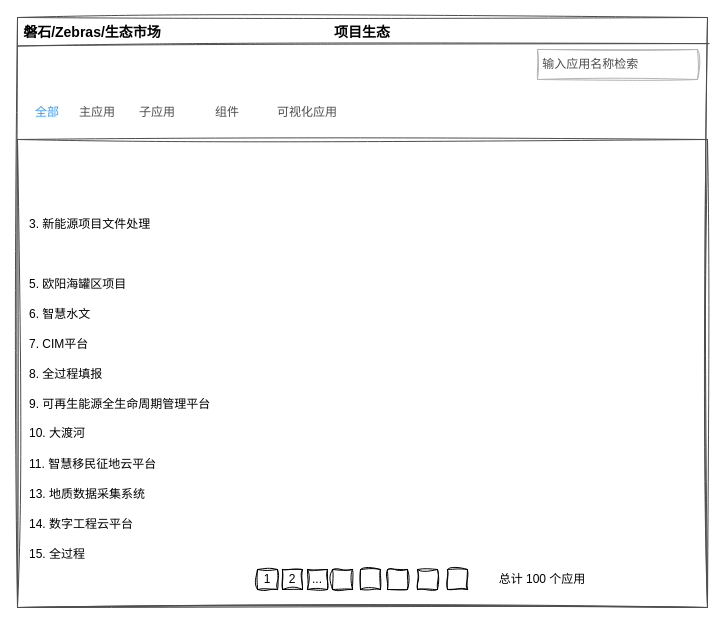
Before: 低代码—生态市场—应用生态.drawio in tangyaosimida/love, a draw.io diagram. Source tidied: cells renumbered, new cells numbered last; positions are measured from the earlier drawing's top-left corner, leaving out a move shared by most shapes. Both pictures are drawn from the tidied source at 100%, with x=0, y=0 at pixel (17, 17).
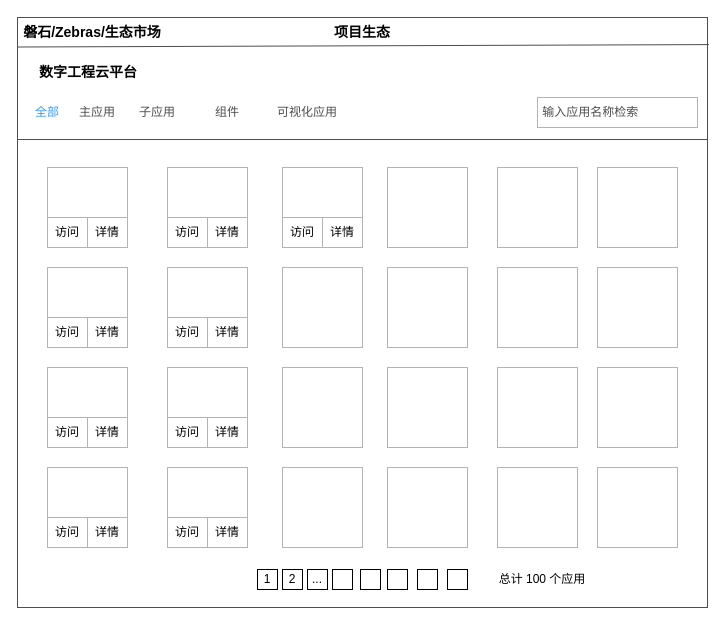
The same page after the edit.

Commit message (it also covers changes not shown here):
更新低代码—生态市场—应用生态.drawio

What changed in the source:
```diff
@@
-    <mxCell id="2" style="rounded=0;whiteSpace=wrap;html=1;fillColor=none;strokeColor=#4D4D4D;sketch=1;curveFitting=1;jiggle=2;shadow=0;" parent="1" vertex="1">
+    <mxCell id="2" style="rounded=0;whiteSpace=wrap;html=1;fillColor=none;strokeColor=#4D4D4D;shadow=0;" parent="1" vertex="1">
       <mxGeometry width="690" height="590" as="geometry" />
     </mxCell>
-    <mxCell id="3" style="rounded=0;whiteSpace=wrap;html=1;fillColor=none;strokeColor=#4D4D4D;sketch=1;curveFitting=1;jiggle=2;shadow=0;" parent="1" vertex="1">
+    <mxCell id="3" style="rounded=0;whiteSpace=wrap;html=1;fillColor=none;strokeColor=#4D4D4D;shadow=0;" parent="1" vertex="1">
       <mxGeometry y="122" width="690" height="468" as="geometry" />
     </mxCell>
-    <mxCell id="4" value="3. 新能源项目文件处理" style="text;html=1;align=left;verticalAlign=middle;whiteSpace=wrap;rounded=0;sketch=1;curveFitting=1;jiggle=2;shadow=0;" parent="1" vertex="1">
-      <mxGeometry x="10" y="192" width="250" height="30" as="geometry" />
-    </mxCell>
-    <mxCell id="5" value="5. 欧阳海罐区项目" style="text;html=1;align=left;verticalAlign=middle;whiteSpace=wrap;rounded=0;sketch=1;curveFitting=1;jiggle=2;shadow=0;" parent="1" vertex="1">
-      <mxGeometry x="10" y="252" width="250" height="30" as="geometry" />
-    </mxCell>
-    <mxCell id="6" value="6. 智慧水文" style="text;html=1;align=left;verticalAlign=middle;whiteSpace=wrap;rounded=0;sketch=1;curveFitting=1;jiggle=2;shadow=0;" parent="1" vertex="1">
-      <mxGeometry x="10" y="282" width="250" height="30" as="geometry" />
-    </mxCell>
-    <mxCell id="7" value="7. CIM平台" style="text;html=1;align=left;verticalAlign=middle;whiteSpace=wrap;rounded=0;sketch=1;curveFitting=1;jiggle=2;shadow=0;" parent="1" vertex="1">
-      <mxGeometry x="10" y="312" width="250" height="30" as="geometry" />
-    </mxCell>
-    <mxCell id="8" value="8. 全过程填报" style="text;html=1;align=left;verticalAlign=middle;whiteSpace=wrap;rounded=0;sketch=1;curveFitting=1;jiggle=2;shadow=0;" parent="1" vertex="1">
-      <mxGeometry x="10" y="342" width="250" height="30" as="geometry" />
-    </mxCell>
-    <mxCell id="9" value="9. 可再生能源全生命周期管理平台" style="text;html=1;align=left;verticalAlign=middle;whiteSpace=wrap;rounded=0;sketch=1;curveFitting=1;jiggle=2;shadow=0;" parent="1" vertex="1">
-      <mxGeometry x="10" y="372" width="250" height="30" as="geometry" />
-    </mxCell>
-    <mxCell id="10" value="10. 大渡河" style="text;html=1;align=left;verticalAlign=middle;whiteSpace=wrap;rounded=0;sketch=1;curveFitting=1;jiggle=2;shadow=0;" parent="1" vertex="1">
-      <mxGeometry x="10" y="402" width="250" height="28" as="geometry" />
-    </mxCell>
-    <mxCell id="11" value="11. 智慧移民征地云平台" style="text;html=1;align=left;verticalAlign=middle;whiteSpace=wrap;rounded=0;sketch=1;curveFitting=1;jiggle=2;shadow=0;" parent="1" vertex="1">
-      <mxGeometry x="10" y="432" width="250" height="30" as="geometry" />
-    </mxCell>
-    <mxCell id="12" value="13. 地质数据采集系统" style="text;html=1;align=left;verticalAlign=middle;whiteSpace=wrap;rounded=0;sketch=1;curveFitting=1;jiggle=2;shadow=0;" parent="1" vertex="1">
-      <mxGeometry x="10" y="462" width="250" height="30" as="geometry" />
-    </mxCell>
-    <mxCell id="13" value="14. 数字工程云平台" style="text;html=1;align=left;verticalAlign=middle;whiteSpace=wrap;rounded=0;sketch=1;curveFitting=1;jiggle=2;shadow=0;" parent="1" vertex="1">
-      <mxGeometry x="10" y="492" width="210" height="30" as="geometry" />
+    <mxCell id="13" value="数字工程云平台" style="text;html=1;align=left;verticalAlign=middle;whiteSpace=wrap;rounded=0;shadow=0;fontSize=14;fontStyle=1;" parent="1" vertex="1">
+      <mxGeometry x="20" y="40" width="210" height="30" as="geometry" />
     </mxCell>
-    <mxCell id="14" value="15. 全过程" style="text;html=1;align=left;verticalAlign=middle;whiteSpace=wrap;rounded=0;sketch=1;curveFitting=1;jiggle=2;shadow=0;" parent="1" vertex="1">
-      <mxGeometry x="10" y="522" width="210" height="30" as="geometry" />
-    </mxCell>
-    <mxCell id="15" value="项目生态" style="text;html=1;align=center;verticalAlign=middle;whiteSpace=wrap;rounded=0;fontSize=14;fontStyle=1;sketch=1;curveFitting=1;jiggle=2;shadow=0;" parent="1" vertex="1">
+    <mxCell id="15" value="项目生态" style="text;html=1;align=center;verticalAlign=middle;whiteSpace=wrap;rounded=0;fontSize=14;fontStyle=1;shadow=0;" parent="1" vertex="1">
       <mxGeometry x="315" width="60" height="30" as="geometry" />
     </mxCell>
-    <mxCell id="16" value="磐石/Zebras/生态市场" style="text;html=1;align=center;verticalAlign=middle;whiteSpace=wrap;rounded=0;fontSize=14;fontStyle=1;sketch=1;curveFitting=1;jiggle=2;shadow=0;" parent="1" vertex="1">
+    <mxCell id="16" value="磐石/Zebras/生态市场" style="text;html=1;align=center;verticalAlign=middle;whiteSpace=wrap;rounded=0;fontSize=14;fontStyle=1;shadow=0;" parent="1" vertex="1">
       <mxGeometry width="150" height="30" as="geometry" />
     </mxCell>
-    <mxCell id="17" value="&lt;font color=&quot;#4d4d4d&quot;&gt;&amp;nbsp;输入应用名称检索&lt;/font&gt;" style="text;html=1;align=left;verticalAlign=middle;whiteSpace=wrap;rounded=0;strokeColor=#B3B3B3;sketch=1;curveFitting=1;jiggle=2;shadow=0;" parent="1" vertex="1">
-      <mxGeometry x="520" y="32" width="160" height="30" as="geometry" />
+    <mxCell id="17" value="&lt;font color=&quot;#4d4d4d&quot;&gt;&amp;nbsp;输入应用名称检索&lt;/font&gt;" style="text;html=1;align=left;verticalAlign=middle;whiteSpace=wrap;rounded=0;strokeColor=#B3B3B3;shadow=0;" parent="1" vertex="1">
+      <mxGeometry x="520" y="80" width="160" height="30" as="geometry" />
     </mxCell>
-    <mxCell id="18" value="全部" style="text;html=1;align=center;verticalAlign=middle;whiteSpace=wrap;rounded=0;fontColor=#3399FF;sketch=1;curveFitting=1;jiggle=2;shadow=0;" parent="1" vertex="1">
+    <mxCell id="18" value="全部" style="text;html=1;align=center;verticalAlign=middle;whiteSpace=wrap;rounded=0;fontColor=#3399FF;shadow=0;" parent="1" vertex="1">
       <mxGeometry y="80" width="60" height="30" as="geometry" />
     </mxCell>
-    <mxCell id="19" value="主应用" style="text;html=1;align=center;verticalAlign=middle;whiteSpace=wrap;rounded=0;fontColor=#4D4D4D;sketch=1;curveFitting=1;jiggle=2;shadow=0;" parent="1" vertex="1">
+    <mxCell id="19" value="主应用" style="text;html=1;align=center;verticalAlign=middle;whiteSpace=wrap;rounded=0;fontColor=#4D4D4D;shadow=0;" parent="1" vertex="1">
       <mxGeometry x="60" y="80" width="40" height="30" as="geometry" />
     </mxCell>
-    <mxCell id="20" value="&lt;font&gt;子应用&lt;/font&gt;" style="text;html=1;align=center;verticalAlign=middle;whiteSpace=wrap;rounded=0;sketch=1;curveFitting=1;jiggle=2;shadow=0;fontColor=#4D4D4D;" parent="1" vertex="1">
+    <mxCell id="20" value="&lt;font&gt;子应用&lt;/font&gt;" style="text;html=1;align=center;verticalAlign=middle;whiteSpace=wrap;rounded=0;shadow=0;fontColor=#4D4D4D;" parent="1" vertex="1">
       <mxGeometry x="120" y="80" width="40" height="30" as="geometry" />
     </mxCell>
-    <mxCell id="21" value="&lt;font&gt;组件&lt;/font&gt;" style="text;html=1;align=center;verticalAlign=middle;whiteSpace=wrap;rounded=0;sketch=1;curveFitting=1;jiggle=2;shadow=0;fontColor=#4D4D4D;" parent="1" vertex="1">
+    <mxCell id="21" value="&lt;font&gt;组件&lt;/font&gt;" style="text;html=1;align=center;verticalAlign=middle;whiteSpace=wrap;rounded=0;shadow=0;fontColor=#4D4D4D;" parent="1" vertex="1">
       <mxGeometry x="190" y="80" width="40" height="30" as="geometry" />
     </mxCell>
-    <mxCell id="22" value="&lt;font&gt;可视化应用&lt;/font&gt;" style="text;html=1;align=center;verticalAlign=middle;whiteSpace=wrap;rounded=0;sketch=1;curveFitting=1;jiggle=2;shadow=0;fontColor=#4D4D4D;" parent="1" vertex="1">
+    <mxCell id="22" value="&lt;font&gt;可视化应用&lt;/font&gt;" style="text;html=1;align=center;verticalAlign=middle;whiteSpace=wrap;rounded=0;shadow=0;fontColor=#4D4D4D;" parent="1" vertex="1">
       <mxGeometry x="250" y="80" width="80" height="30" as="geometry" />
     </mxCell>
-    <mxCell id="23" style="whiteSpace=wrap;html=1;fillColor=none;sketch=1;curveFitting=1;jiggle=2;shadow=0;" parent="1" vertex="1">
+    <mxCell id="23" style="whiteSpace=wrap;html=1;fillColor=none;shadow=0;" parent="1" vertex="1">
       <mxGeometry x="343" y="552" width="20" height="20" as="geometry" />
     </mxCell>
-    <mxCell id="24" style="whiteSpace=wrap;html=1;fillColor=none;sketch=1;curveFitting=1;jiggle=2;shadow=0;" parent="1" vertex="1">
+    <mxCell id="24" style="whiteSpace=wrap;html=1;fillColor=none;shadow=0;" parent="1" vertex="1">
       <mxGeometry x="315" y="552" width="20" height="20" as="geometry" />
     </mxCell>
-    <mxCell id="25" value="..." style="whiteSpace=wrap;html=1;fillColor=none;sketch=1;curveFitting=1;jiggle=2;shadow=0;" parent="1" vertex="1">
+    <mxCell id="25" value="..." style="whiteSpace=wrap;html=1;fillColor=none;shadow=0;" parent="1" vertex="1">
       <mxGeometry x="290" y="552" width="20" height="20" as="geometry" />
     </mxCell>
-    <mxCell id="26" value="2" style="whiteSpace=wrap;html=1;fillColor=none;sketch=1;curveFitting=1;jiggle=2;shadow=0;" parent="1" vertex="1">
+    <mxCell id="26" value="2" style="whiteSpace=wrap;html=1;fillColor=none;shadow=0;" parent="1" vertex="1">
       <mxGeometry x="265" y="552" width="20" height="20" as="geometry" />
     </mxCell>
-    <mxCell id="27" value="1" style="whiteSpace=wrap;html=1;fillColor=none;sketch=1;curveFitting=1;jiggle=2;shadow=0;" parent="1" vertex="1">
+    <mxCell id="27" value="1" style="whiteSpace=wrap;html=1;fillColor=none;shadow=0;" parent="1" vertex="1">
       <mxGeometry x="240" y="552" width="20" height="20" as="geometry" />
     </mxCell>
-    <mxCell id="28" style="whiteSpace=wrap;html=1;fillColor=none;sketch=1;curveFitting=1;jiggle=2;shadow=0;" parent="1" vertex="1">
+    <mxCell id="28" style="whiteSpace=wrap;html=1;fillColor=none;shadow=0;" parent="1" vertex="1">
       <mxGeometry x="370" y="552" width="20" height="20" as="geometry" />
     </mxCell>
-    <mxCell id="29" style="whiteSpace=wrap;html=1;fillColor=none;sketch=1;curveFitting=1;jiggle=2;shadow=0;" parent="1" vertex="1">
+    <mxCell id="29" style="whiteSpace=wrap;html=1;fillColor=none;shadow=0;" parent="1" vertex="1">
       <mxGeometry x="400" y="552" width="20" height="20" as="geometry" />
     </mxCell>
-    <mxCell id="30" style="whiteSpace=wrap;html=1;fillColor=none;sketch=1;curveFitting=1;jiggle=2;shadow=0;" parent="1" vertex="1">
+    <mxCell id="30" style="whiteSpace=wrap;html=1;fillColor=none;shadow=0;" parent="1" vertex="1">
       <mxGeometry x="430" y="552" width="20" height="20" as="geometry" />
     </mxCell>
-    <mxCell id="31" value="总计 100 个应用" style="text;html=1;align=center;verticalAlign=middle;whiteSpace=wrap;rounded=0;sketch=1;curveFitting=1;jiggle=2;shadow=0;" parent="1" vertex="1">
+    <mxCell id="31" value="总计 100 个应用" style="text;html=1;align=center;verticalAlign=middle;whiteSpace=wrap;rounded=0;shadow=0;" parent="1" vertex="1">
       <mxGeometry x="470" y="547" width="110" height="30" as="geometry" />
     </mxCell>
-    <mxCell id="32" style="endArrow=none;html=1;rounded=0;entryX=1.002;entryY=0.034;entryDx=0;entryDy=0;entryPerimeter=0;exitX=0;exitY=0.75;exitDx=0;exitDy=0;strokeColor=#4D4D4D;sketch=1;curveFitting=1;jiggle=2;shadow=0;" parent="1" edge="1">
+    <mxCell id="32" style="endArrow=none;html=1;rounded=0;entryX=1.002;entryY=0.034;entryDx=0;entryDy=0;entryPerimeter=0;exitX=0;exitY=0.75;exitDx=0;exitDy=0;strokeColor=#4D4D4D;shadow=0;" parent="1" edge="1">
       <mxGeometry relative="1" as="geometry">
-        <mxPoint y="28.5" as="sourcePoint" />
-        <mxPoint x="691.4" y="26.1" as="targetPoint" />
+        <mxPoint y="29.5" as="sourcePoint" />
+        <mxPoint x="691.4" y="27.1" as="targetPoint" />
       </mxGeometry>
     </mxCell>
+    <mxCell id="33" style="whiteSpace=wrap;html=1;fillColor=none;strokeColor=#B3B3B3;" parent="1" vertex="1">
+      <mxGeometry x="30" y="150" width="80" height="80" as="geometry" />
+    </mxCell>
+    <mxCell id="34" style="whiteSpace=wrap;html=1;fillColor=none;strokeColor=#B3B3B3;" parent="1" vertex="1">
+      <mxGeometry x="150" y="150" width="80" height="80" as="geometry" />
+    </mxCell>
+    <mxCell id="35" style="whiteSpace=wrap;html=1;fillColor=none;strokeColor=#B3B3B3;" parent="1" vertex="1">
+      <mxGeometry x="265" y="150" width="80" height="80" as="geometry" />
+    </mxCell>
+    <mxCell id="36" style="whiteSpace=wrap;html=1;fillColor=none;strokeColor=#B3B3B3;" parent="1" vertex="1">
+      <mxGeometry x="370" y="150" width="80" height="80" as="geometry" />
+    </mxCell>
+    <mxCell id="37" style="whiteSpace=wrap;html=1;fillColor=none;strokeColor=#B3B3B3;" parent="1" vertex="1">
+      <mxGeometry x="480" y="150" width="80" height="80" as="geometry" />
+    </mxCell>
+    <mxCell id="38" style="whiteSpace=wrap;html=1;fillColor=none;strokeColor=#B3B3B3;" parent="1" vertex="1">
+      <mxGeometry x="580" y="150" width="80" height="80" as="geometry" />
+    </mxCell>
+    <mxCell id="39" style="whiteSpace=wrap;html=1;fillColor=none;strokeColor=#B3B3B3;" parent="1" vertex="1">
+      <mxGeometry x="30" y="250" width="80" height="80" as="geometry" />
+    </mxCell>
+    <mxCell id="40" style="whiteSpace=wrap;html=1;fillColor=none;strokeColor=#B3B3B3;" parent="1" vertex="1">
+      <mxGeometry x="150" y="250" width="80" height="80" as="geometry" />
+    </mxCell>
+    <mxCell id="41" style="whiteSpace=wrap;html=1;fillColor=none;strokeColor=#B3B3B3;" parent="1" vertex="1">
+      <mxGeometry x="265" y="250" width="80" height="80" as="geometry" />
+    </mxCell>
+    <mxCell id="42" style="whiteSpace=wrap;html=1;fillColor=none;strokeColor=#B3B3B3;" parent="1" vertex="1">
+      <mxGeometry x="370" y="250" width="80" height="80" as="geometry" />
+    </mxCell>
+    <mxCell id="43" style="whiteSpace=wrap;html=1;fillColor=none;strokeColor=#B3B3B3;" parent="1" vertex="1">
+      <mxGeometry x="480" y="250" width="80" height="80" as="geometry" />
+    </mxCell>
+    <mxCell id="44" style="whiteSpace=wrap;html=1;fillColor=none;strokeColor=#B3B3B3;" parent="1" vertex="1">
+      <mxGeometry x="580" y="250" width="80" height="80" as="geometry" />
+    </mxCell>
+    <mxCell id="45" style="whiteSpace=wrap;html=1;fillColor=none;strokeColor=#B3B3B3;" parent="1" vertex="1">
+      <mxGeometry x="30" y="350" width="80" height="80" as="geometry" />
+    </mxCell>
+    <mxCell id="46" style="whiteSpace=wrap;html=1;fillColor=none;strokeColor=#B3B3B3;" parent="1" vertex="1">
+      <mxGeometry x="30" y="450" width="80" height="80" as="geometry" />
+    </mxCell>
+    <mxCell id="47" style="whiteSpace=wrap;html=1;fillColor=none;strokeColor=#B3B3B3;" parent="1" vertex="1">
+      <mxGeometry x="150" y="350" width="80" height="80" as="geometry" />
+    </mxCell>
+    <mxCell id="48" style="whiteSpace=wrap;html=1;fillColor=none;strokeColor=#B3B3B3;" parent="1" vertex="1">
+      <mxGeometry x="265" y="350" width="80" height="80" as="geometry" />
+    </mxCell>
+    <mxCell id="49" style="whiteSpace=wrap;html=1;fillColor=none;strokeColor=#B3B3B3;" parent="1" vertex="1">
+      <mxGeometry x="480" y="350" width="80" height="80" as="geometry" />
+    </mxCell>
+    <mxCell id="50" style="whiteSpace=wrap;html=1;fillColor=none;strokeColor=#B3B3B3;" parent="1" vertex="1">
+      <mxGeometry x="370" y="350" width="80" height="80" as="geometry" />
+    </mxCell>
+    <mxCell id="51" style="whiteSpace=wrap;html=1;fillColor=none;strokeColor=#B3B3B3;" parent="1" vertex="1">
+      <mxGeometry x="580" y="350" width="80" height="80" as="geometry" />
+    </mxCell>
+    <mxCell id="52" style="whiteSpace=wrap;html=1;fillColor=none;strokeColor=#B3B3B3;" parent="1" vertex="1">
+      <mxGeometry x="150" y="450" width="80" height="80" as="geometry" />
+    </mxCell>
+    <mxCell id="53" style="whiteSpace=wrap;html=1;fillColor=none;strokeColor=#B3B3B3;" parent="1" vertex="1">
+      <mxGeometry x="265" y="450" width="80" height="80" as="geometry" />
+    </mxCell>
+    <mxCell id="54" style="whiteSpace=wrap;html=1;fillColor=none;strokeColor=#B3B3B3;" parent="1" vertex="1">
+      <mxGeometry x="370" y="450" width="80" height="80" as="geometry" />
+    </mxCell>
+    <mxCell id="55" style="whiteSpace=wrap;html=1;fillColor=none;strokeColor=#B3B3B3;" parent="1" vertex="1">
+      <mxGeometry x="480" y="450" width="80" height="80" as="geometry" />
+    </mxCell>
+    <mxCell id="56" style="whiteSpace=wrap;html=1;fillColor=none;strokeColor=#B3B3B3;" parent="1" vertex="1">
+      <mxGeometry x="580" y="450" width="80" height="80" as="geometry" />
+    </mxCell>
+    <mxCell id="57" value="访问" style="rounded=0;whiteSpace=wrap;html=1;strokeColor=#B3B3B3;" parent="1" vertex="1">
+      <mxGeometry x="30" y="200" width="40" height="30" as="geometry" />
+    </mxCell>
+    <mxCell id="58" value="详情" style="rounded=0;whiteSpace=wrap;html=1;strokeColor=#B3B3B3;" parent="1" vertex="1">
+      <mxGeometry x="70" y="200" width="40" height="30" as="geometry" />
+    </mxCell>
+    <mxCell id="59" value="访问" style="rounded=0;whiteSpace=wrap;html=1;strokeColor=#B3B3B3;" parent="1" vertex="1">
+      <mxGeometry x="30" y="300" width="40" height="30" as="geometry" />
+    </mxCell>
+    <mxCell id="60" value="详情" style="rounded=0;whiteSpace=wrap;html=1;strokeColor=#B3B3B3;" parent="1" vertex="1">
+      <mxGeometry x="70" y="300" width="40" height="30" as="geometry" />
+    </mxCell>
+    <mxCell id="61" value="访问" style="rounded=0;whiteSpace=wrap;html=1;strokeColor=#B3B3B3;" parent="1" vertex="1">
+      <mxGeometry x="30" y="400" width="40" height="30" as="geometry" />
+    </mxCell>
+    <mxCell id="62" value="详情" style="rounded=0;whiteSpace=wrap;html=1;strokeColor=#B3B3B3;" parent="1" vertex="1">
+      <mxGeometry x="70" y="400" width="40" height="30" as="geometry" />
+    </mxCell>
+    <mxCell id="63" value="访问" style="rounded=0;whiteSpace=wrap;html=1;strokeColor=#B3B3B3;" parent="1" vertex="1">
+      <mxGeometry x="30" y="500" width="40" height="30" as="geometry" />
+    </mxCell>
+    <mxCell id="64" value="详情" style="rounded=0;whiteSpace=wrap;html=1;strokeColor=#B3B3B3;" parent="1" vertex="1">
+      <mxGeometry x="70" y="500" width="40" height="30" as="geometry" />
+    </mxCell>
+    <mxCell id="65" value="访问" style="rounded=0;whiteSpace=wrap;html=1;strokeColor=#B3B3B3;" parent="1" vertex="1">
+      <mxGeometry x="150" y="500" width="40" height="30" as="geometry" />
+    </mxCell>
+    <mxCell id="66" value="详情" style="rounded=0;whiteSpace=wrap;html=1;strokeColor=#B3B3B3;" parent="1" vertex="1">
+      <mxGeometry x="190" y="500" width="40" height="30" as="geometry" />
+    </mxCell>
+    <mxCell id="67" value="访问" style="rounded=0;whiteSpace=wrap;html=1;strokeColor=#B3B3B3;" parent="1" vertex="1">
+      <mxGeometry x="150" y="400" width="40" height="30" as="geometry" />
+    </mxCell>
+    <mxCell id="68" value="详情" style="rounded=0;whiteSpace=wrap;html=1;strokeColor=#B3B3B3;" parent="1" vertex="1">
+      <mxGeometry x="190" y="400" width="40" height="30" as="geometry" />
+    </mxCell>
+    <mxCell id="69" value="访问" style="rounded=0;whiteSpace=wrap;html=1;strokeColor=#B3B3B3;" parent="1" vertex="1">
+      <mxGeometry x="150" y="300" width="40" height="30" as="geometry" />
+    </mxCell>
+    <mxCell id="70" value="详情" style="rounded=0;whiteSpace=wrap;html=1;strokeColor=#B3B3B3;" parent="1" vertex="1">
+      <mxGeometry x="190" y="300" width="40" height="30" as="geometry" />
+    </mxCell>
+    <mxCell id="71" value="访问" style="rounded=0;whiteSpace=wrap;html=1;strokeColor=#B3B3B3;" parent="1" vertex="1">
+      <mxGeometry x="150" y="200" width="40" height="30" as="geometry" />
+    </mxCell>
+    <mxCell id="72" value="详情" style="rounded=0;whiteSpace=wrap;html=1;strokeColor=#B3B3B3;" parent="1" vertex="1">
+      <mxGeometry x="190" y="200" width="40" height="30" as="geometry" />
+    </mxCell>
+    <mxCell id="73" value="访问" style="rounded=0;whiteSpace=wrap;html=1;strokeColor=#B3B3B3;" parent="1" vertex="1">
+      <mxGeometry x="265" y="200" width="40" height="30" as="geometry" />
+    </mxCell>
+    <mxCell id="74" value="详情" style="rounded=0;whiteSpace=wrap;html=1;strokeColor=#B3B3B3;" parent="1" vertex="1">
+      <mxGeometry x="305" y="200" width="40" height="30" as="geometry" />
+    </mxCell>
```
